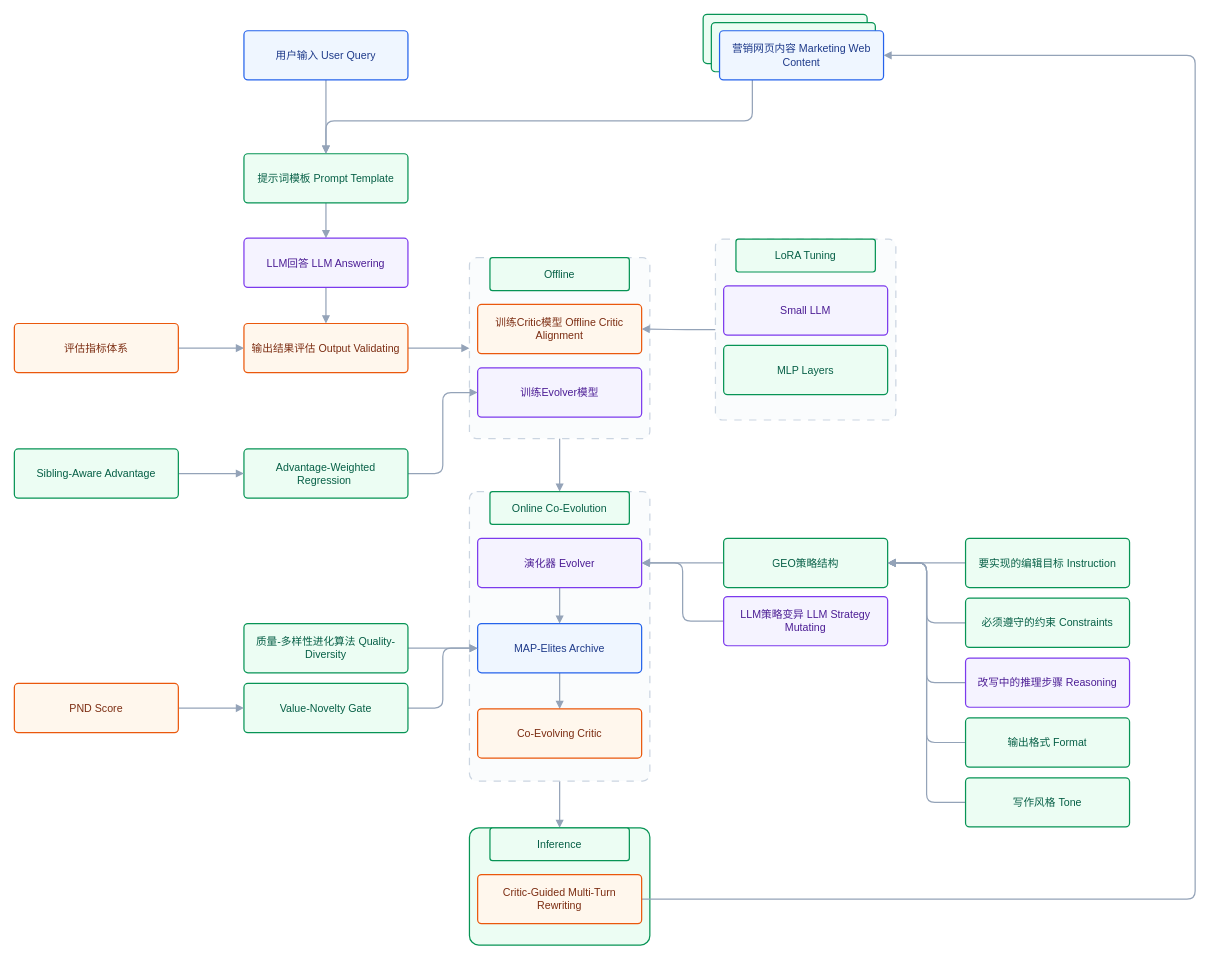
LinghaoLiOfficial/GEOAgentSystem keeps this draw.io diagram as page "agenticgeo" (8 of 9) of geo.drawio. Above is the earlier version. Source tidied: cells renumbered, new cells numbered last; positions are measured from the earlier drawing's top-left corner, leaving out a move shared by most shapes. Both pictures are drawn from the tidied source at 82%, with x=0, y=0 at pixel (14, 14).
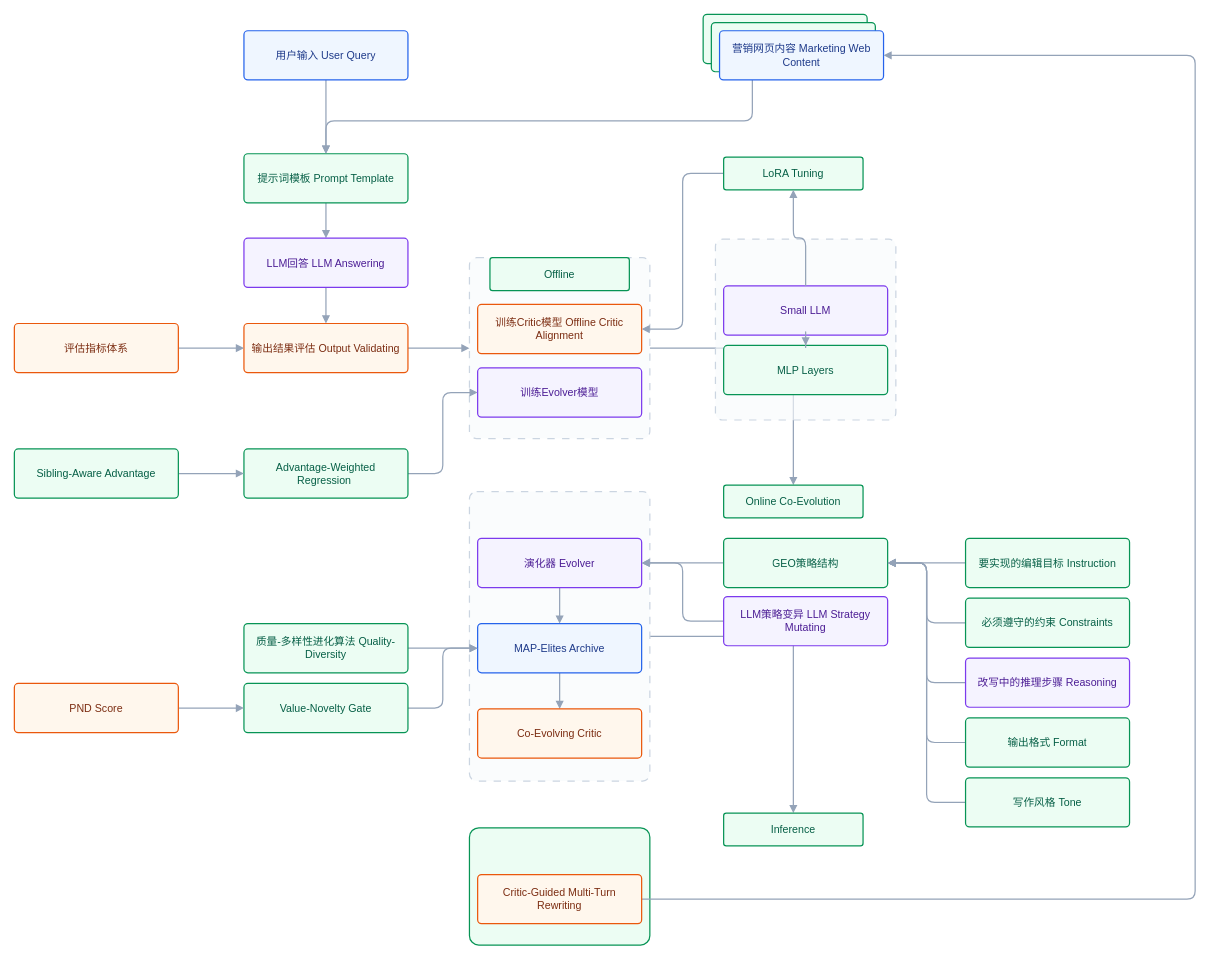
Above is the later version.

The change refers to these unchanged cells:
```xml
<mxCell id="12" value="训练Critic模型 Offline Critic Alignment" style="rounded=1;whiteSpace=wrap;html=1;arcSize=8;fillColor=#FFF7ED;strokeColor=#EA580C;fontColor=#7C2D12;strokeWidth=1.5;fontSize=13;fontFamily=Arial;spacing=8;shadow=0;align=center;verticalAlign=middle;overflow=hidden;" parent="1" vertex="1">
  <mxGeometry x="565" y="353.8" width="200" height="60" as="geometry" />
</mxCell>
<mxCell id="51" style="rounded=1;whiteSpace=wrap;html=1;arcSize=4;fillColor=#F8FAFC;strokeColor=#CBD5E1;fontColor=#065F46;strokeWidth=1.5;fontSize=13;fontFamily=Arial;spacing=8;shadow=0;fillOpacity=65;dashed=1;dashPattern=6 6;" parent="1" vertex="1">
  <mxGeometry x="855" y="274.2" width="220" height="220.5" as="geometry" />
</mxCell>
<mxCell id="52" value="Small LLM" style="rounded=1;whiteSpace=wrap;html=1;arcSize=8;fillColor=#F5F3FF;strokeColor=#7C3AED;fontColor=#4C1D95;strokeWidth=1.5;fontSize=13;fontFamily=Arial;spacing=8;shadow=0;align=center;verticalAlign=middle;overflow=hidden;" parent="1" vertex="1">
  <mxGeometry x="865" y="331.2" width="200" height="60" as="geometry" />
</mxCell>
<mxCell id="53" value="MLP Layers" style="rounded=1;whiteSpace=wrap;html=1;arcSize=8;fillColor=#ECFDF3;strokeColor=#079455;fontColor=#065F46;strokeWidth=1.5;fontSize=13;fontFamily=Arial;spacing=8;shadow=0;align=center;verticalAlign=middle;overflow=hidden;" parent="1" vertex="1">
  <mxGeometry x="865" y="403.8" width="200" height="60" as="geometry" />
</mxCell>
```

Change to the diagram source:
```diff
@@
     <mxCell id="27" value="Online Co-Evolution" style="text;html=1;whiteSpace=wrap;strokeColor=#079455;fillColor=#ECFDF3;align=center;verticalAlign=middle;rounded=1;arcSize=8;fontColor=#065F46;strokeWidth=1.5;fontSize=13;fontFamily=Arial;spacing=8;shadow=0;overflow=hidden;" parent="1" vertex="1">
-      <mxGeometry x="580" y="582" width="170" height="40" as="geometry" />
+      <mxGeometry x="865" y="574" width="170" height="40" as="geometry" />
     </mxCell>
@@
     <mxCell id="31" value="Inference" style="text;html=1;whiteSpace=wrap;strokeColor=#079455;fillColor=#ECFDF3;align=center;verticalAlign=middle;rounded=1;arcSize=8;fontColor=#065F46;strokeWidth=1.5;fontSize=13;fontFamily=Arial;spacing=8;shadow=0;overflow=hidden;" parent="1" vertex="1">
-      <mxGeometry x="580" y="992" width="170" height="40" as="geometry" />
+      <mxGeometry x="865" y="974" width="170" height="40" as="geometry" />
     </mxCell>
@@
-    <mxCell id="50" style="edgeStyle=orthogonalEdgeStyle;rounded=1;jettySize=auto;html=1;entryX=1;entryY=0.5;entryDx=0;entryDy=0;strokeColor=#94A3B8;strokeWidth=1.5;endArrow=block;endFill=1;fontColor=#475467;fontSize=11;fontFamily=Arial;" parent="1" edge="1" source="51" target="12">
+    <mxCell id="50" style="edgeStyle=orthogonalEdgeStyle;rounded=1;jettySize=auto;html=1;entryX=1;entryY=0.5;entryDx=0;entryDy=0;strokeColor=#94A3B8;strokeWidth=1.5;endArrow=block;endFill=1;fontColor=#475467;fontSize=11;fontFamily=Arial;" parent="1" edge="1" source="54" target="12">
       <mxGeometry relative="1" as="geometry" />
     </mxCell>
@@
     <mxCell id="54" value="LoRA Tuning" style="text;html=1;whiteSpace=wrap;strokeColor=#079455;fillColor=#ECFDF3;align=center;verticalAlign=middle;rounded=1;arcSize=8;fontColor=#065F46;strokeWidth=1.5;fontSize=13;fontFamily=Arial;spacing=8;shadow=0;overflow=hidden;" parent="1" vertex="1">
-      <mxGeometry x="880" y="274.2" width="170" height="40" as="geometry" />
+      <mxGeometry x="865" y="174" width="170" height="40" as="geometry" />
     </mxCell>
+    <mxCell id="62" style="edgeStyle=orthogonalEdgeStyle;rounded=1;jettySize=auto;html=1;strokeColor=#94A3B8;strokeWidth=1.5;endArrow=block;endFill=1;" parent="1" edge="1" source="52" target="54">
+      <mxGeometry relative="1" as="geometry" />
+    </mxCell>
+    <mxCell id="63" style="edgeStyle=orthogonalEdgeStyle;rounded=1;jettySize=auto;html=1;strokeColor=#94A3B8;strokeWidth=1.5;endArrow=block;endFill=1;" parent="1" edge="1" source="52" target="53">
+      <mxGeometry relative="1" as="geometry" />
+    </mxCell>
```
